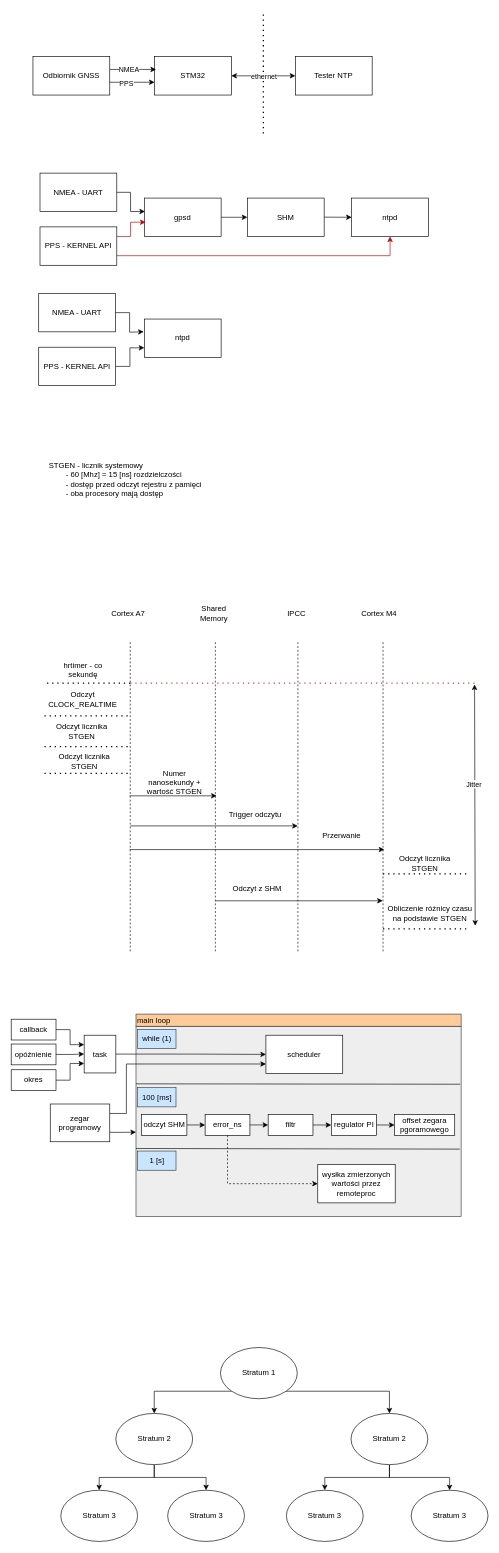
Above: page "Page-1" (1 of 3) of Untitled Diagram.drawio in DominikBudzynski/custom_ntp (draw.io), before the change. Source tidied: cells renumbered, new cells numbered last; positions are measured from the earlier drawing's top-left corner, leaving out a move shared by most shapes. Both pictures are drawn from the tidied source at 64%, with x=0, y=0 at pixel (11, 12).
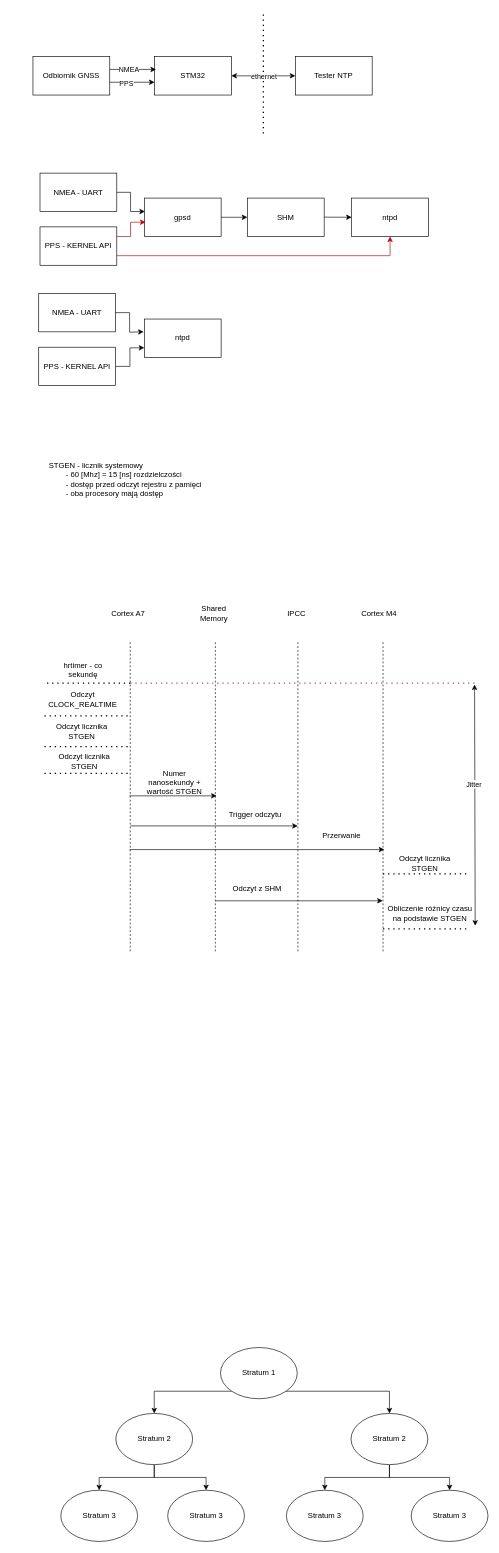
The same page after the edit.

Diff of the diagram source:
```diff
@@
-    <mxCell id="72" style="rounded=0;whiteSpace=wrap;html=1;fillColor=#eeeeee;strokeColor=#36393d;" parent="1" vertex="1">
-      <mxGeometry x="195" y="1585" width="508" height="297" as="geometry" />
-    </mxCell>
-    <mxCell id="73" style="endArrow=none;html=1;rounded=0;exitX=0.003;exitY=0.24;exitDx=0;exitDy=0;exitPerimeter=0;entryX=1;entryY=0.242;entryDx=0;entryDy=0;entryPerimeter=0;" parent="1" edge="1">
-      <mxGeometry relative="1" as="geometry">
-        <mxPoint x="195" y="1675" as="sourcePoint" />
-        <mxPoint x="701.5" y="1675.6" as="targetPoint" />
-      </mxGeometry>
-    </mxCell>
-    <mxCell id="74" style="endArrow=none;html=1;rounded=0;exitX=0.003;exitY=0.24;exitDx=0;exitDy=0;exitPerimeter=0;entryX=1;entryY=0.242;entryDx=0;entryDy=0;entryPerimeter=0;" parent="1" edge="1">
-      <mxGeometry relative="1" as="geometry">
-        <mxPoint x="195" y="1776" as="sourcePoint" />
-        <mxPoint x="701" y="1777" as="targetPoint" />
-      </mxGeometry>
-    </mxCell>
-    <mxCell id="75" value="while (1)" style="text;html=1;align=center;verticalAlign=middle;whiteSpace=wrap;rounded=0;strokeColor=#36393d;fillColor=#cce5ff;" parent="1" vertex="1">
-      <mxGeometry x="197.5" y="1590" width="60" height="30" as="geometry" />
-    </mxCell>
-    <mxCell id="76" value="100 [ms]" style="text;html=1;align=center;verticalAlign=middle;whiteSpace=wrap;rounded=0;strokeColor=#36393d;fillColor=#cce5ff;" parent="1" vertex="1">
-      <mxGeometry x="197.5" y="1681" width="60" height="30" as="geometry" />
-    </mxCell>
-    <mxCell id="77" value="1 [s]" style="text;html=1;align=center;verticalAlign=middle;whiteSpace=wrap;rounded=0;strokeColor=#36393d;fillColor=#cce5ff;" parent="1" vertex="1">
-      <mxGeometry x="197.5" y="1780" width="60" height="30" as="geometry" />
-    </mxCell>
-    <mxCell id="78" value="scheduler" style="rounded=0;whiteSpace=wrap;html=1;" parent="1" vertex="1">
-      <mxGeometry x="398" y="1599" width="120" height="60" as="geometry" />
-    </mxCell>
-    <mxCell id="79" style="edgeStyle=orthogonalEdgeStyle;rounded=0;jettySize=auto;html=1;exitX=1;exitY=0.5;exitDx=0;exitDy=0;entryX=0;entryY=0.5;entryDx=0;entryDy=0;" parent="1" edge="1" source="80" target="78">
-      <mxGeometry relative="1" as="geometry" />
-    </mxCell>
-    <mxCell id="80" value="task" style="rounded=0;whiteSpace=wrap;html=1;" parent="1" vertex="1">
-      <mxGeometry x="114" y="1599" width="49.5" height="59" as="geometry" />
-    </mxCell>
-    <mxCell id="81" style="edgeStyle=orthogonalEdgeStyle;rounded=0;jettySize=auto;html=1;exitX=1;exitY=0.5;exitDx=0;exitDy=0;entryX=0;entryY=0.5;entryDx=0;entryDy=0;" parent="1" edge="1" source="82" target="84">
-      <mxGeometry relative="1" as="geometry" />
-    </mxCell>
-    <mxCell id="82" value="odczyt SHM" style="rounded=0;whiteSpace=wrap;html=1;" parent="1" vertex="1">
-      <mxGeometry x="203.5" y="1723" width="71" height="32.5" as="geometry" />
-    </mxCell>
-    <mxCell id="83" style="edgeStyle=orthogonalEdgeStyle;rounded=0;jettySize=auto;html=1;exitX=0.5;exitY=1;exitDx=0;exitDy=0;entryX=0;entryY=0.5;entryDx=0;entryDy=0;dashed=1;" parent="1" edge="1" source="84" target="94">
-      <mxGeometry relative="1" as="geometry" />
-    </mxCell>
-    <mxCell id="84" value="error_ns" style="rounded=0;whiteSpace=wrap;html=1;" parent="1" vertex="1">
-      <mxGeometry x="303" y="1723" width="70" height="32.5" as="geometry" />
-    </mxCell>
-    <mxCell id="85" style="edgeStyle=orthogonalEdgeStyle;rounded=0;jettySize=auto;html=1;exitX=1;exitY=0.5;exitDx=0;exitDy=0;entryX=0;entryY=0.5;entryDx=0;entryDy=0;" parent="1" edge="1" target="86">
-      <mxGeometry relative="1" as="geometry">
-        <mxPoint x="373" y="1739.2" as="sourcePoint" />
-      </mxGeometry>
-    </mxCell>
-    <mxCell id="86" value="filtr" style="rounded=0;whiteSpace=wrap;html=1;" parent="1" vertex="1">
-      <mxGeometry x="401.5" y="1723" width="70" height="32.5" as="geometry" />
-    </mxCell>
-    <mxCell id="87" value="main loop" style="rounded=0;whiteSpace=wrap;html=1;fillColor=#ffcc99;strokeColor=#36393d;align=left;" parent="1" vertex="1">
-      <mxGeometry x="195" y="1566" width="508" height="19" as="geometry" />
-    </mxCell>
-    <mxCell id="88" style="edgeStyle=orthogonalEdgeStyle;rounded=0;jettySize=auto;html=1;exitX=1;exitY=0.5;exitDx=0;exitDy=0;entryX=0;entryY=0.25;entryDx=0;entryDy=0;" parent="1" edge="1" source="89" target="80">
-      <mxGeometry relative="1" as="geometry" />
-    </mxCell>
-    <mxCell id="89" value="callback" style="rounded=0;whiteSpace=wrap;html=1;" parent="1" vertex="1">
-      <mxGeometry y="1574" width="70" height="32.5" as="geometry" />
-    </mxCell>
-    <mxCell id="90" style="edgeStyle=orthogonalEdgeStyle;rounded=0;jettySize=auto;html=1;exitX=1;exitY=0.5;exitDx=0;exitDy=0;entryX=0;entryY=0.5;entryDx=0;entryDy=0;" parent="1" edge="1" source="91" target="80">
-      <mxGeometry relative="1" as="geometry" />
-    </mxCell>
-    <mxCell id="91" value="opóźnienie" style="rounded=0;whiteSpace=wrap;html=1;" parent="1" vertex="1">
-      <mxGeometry y="1612.8" width="70" height="32.5" as="geometry" />
-    </mxCell>
-    <mxCell id="92" style="edgeStyle=orthogonalEdgeStyle;rounded=0;jettySize=auto;html=1;exitX=1;exitY=0.5;exitDx=0;exitDy=0;entryX=0;entryY=0.75;entryDx=0;entryDy=0;" parent="1" edge="1" source="93" target="80">
-      <mxGeometry relative="1" as="geometry" />
-    </mxCell>
-    <mxCell id="93" value="okres" style="rounded=0;whiteSpace=wrap;html=1;" parent="1" vertex="1">
-      <mxGeometry y="1653" width="70" height="32.5" as="geometry" />
-    </mxCell>
-    <mxCell id="94" value="wysłka zmierzonych wartości przez remoteproc" style="rounded=0;whiteSpace=wrap;html=1;" parent="1" vertex="1">
-      <mxGeometry x="479" y="1801" width="121" height="60" as="geometry" />
-    </mxCell>
-    <mxCell id="95" value="regulator PI" style="rounded=0;whiteSpace=wrap;html=1;" parent="1" vertex="1">
-      <mxGeometry x="500.5" y="1723" width="70" height="32.5" as="geometry" />
-    </mxCell>
-    <mxCell id="96" value="offset zegara pgoramowego" style="rounded=0;whiteSpace=wrap;html=1;" parent="1" vertex="1">
-      <mxGeometry x="598.8" y="1723" width="94.2" height="32.5" as="geometry" />
-    </mxCell>
-    <mxCell id="97" style="edgeStyle=orthogonalEdgeStyle;rounded=0;jettySize=auto;html=1;exitX=1;exitY=0.25;exitDx=0;exitDy=0;entryX=0;entryY=0.75;entryDx=0;entryDy=0;" parent="1" edge="1" source="98" target="78">
-      <mxGeometry relative="1" as="geometry">
-        <Array as="points">
-          <mxPoint x="180" y="1721" />
-          <mxPoint x="180" y="1644" />
-        </Array>
-      </mxGeometry>
-    </mxCell>
-    <mxCell id="98" value="zegar programowy" style="rounded=0;whiteSpace=wrap;html=1;" parent="1" vertex="1">
-      <mxGeometry x="61" y="1706.5" width="93" height="59" as="geometry" />
-    </mxCell>
-    <mxCell id="99" style="edgeStyle=orthogonalEdgeStyle;rounded=0;jettySize=auto;html=1;exitX=1;exitY=0.75;exitDx=0;exitDy=0;entryX=0;entryY=0.557;entryDx=0;entryDy=0;entryPerimeter=0;" parent="1" edge="1" source="98" target="72">
-      <mxGeometry relative="1" as="geometry" />
-    </mxCell>
-    <mxCell id="100" style="edgeStyle=orthogonalEdgeStyle;rounded=0;orthogonalLoop=1;jettySize=auto;html=1;exitX=1;exitY=0.5;exitDx=0;exitDy=0;entryX=0;entryY=0.5;entryDx=0;entryDy=0;" parent="1" edge="1">
-      <mxGeometry relative="1" as="geometry">
-        <mxPoint x="471.5" y="1739.3" as="sourcePoint" />
-        <mxPoint x="500" y="1739" as="targetPoint" />
-      </mxGeometry>
-    </mxCell>
-    <mxCell id="101" style="edgeStyle=orthogonalEdgeStyle;rounded=0;orthogonalLoop=1;jettySize=auto;html=1;exitX=1;exitY=0.5;exitDx=0;exitDy=0;entryX=0;entryY=0.5;entryDx=0;entryDy=0;" parent="1" edge="1">
-      <mxGeometry relative="1" as="geometry">
-        <mxPoint x="570.5" y="1739.3" as="sourcePoint" />
-        <mxPoint x="599" y="1739" as="targetPoint" />
-      </mxGeometry>
-    </mxCell>
```
